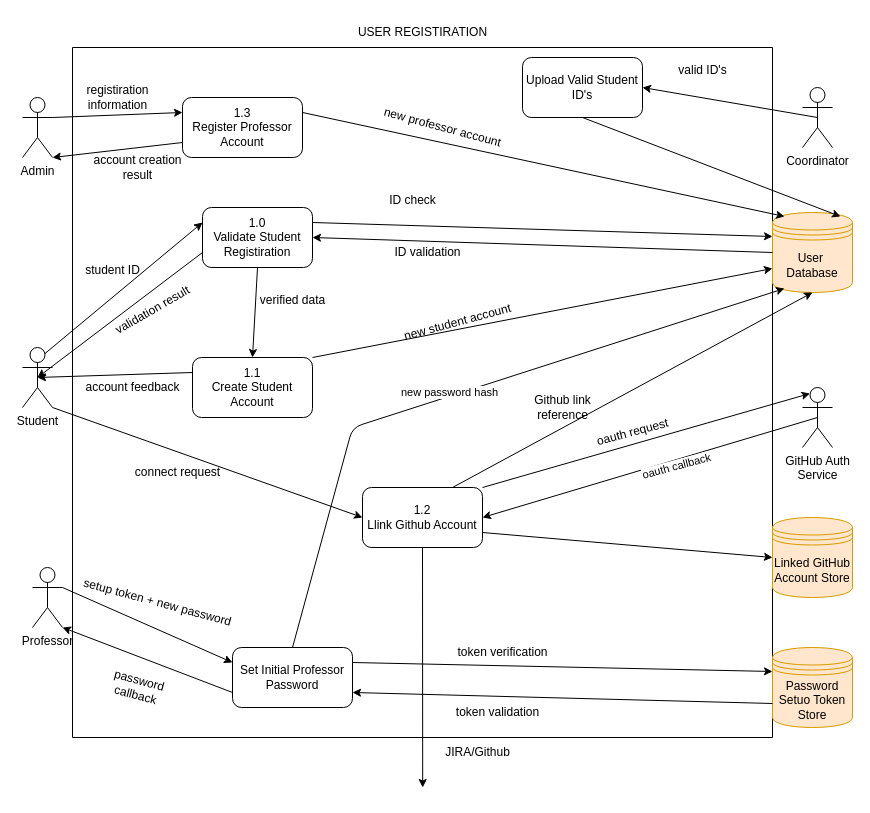
This is docs/dfd_user_registiration.drawio from SE3318-Spring-2025-2026/senior-app-1, a draw.io file, before an edit. Source tidied: cells renumbered, new cells numbered last; positions are measured from the earlier drawing's top-left corner, leaving out a move shared by most shapes. Both pictures are drawn from the tidied source at 100%, with x=0, y=0 at pixel (22, 17).
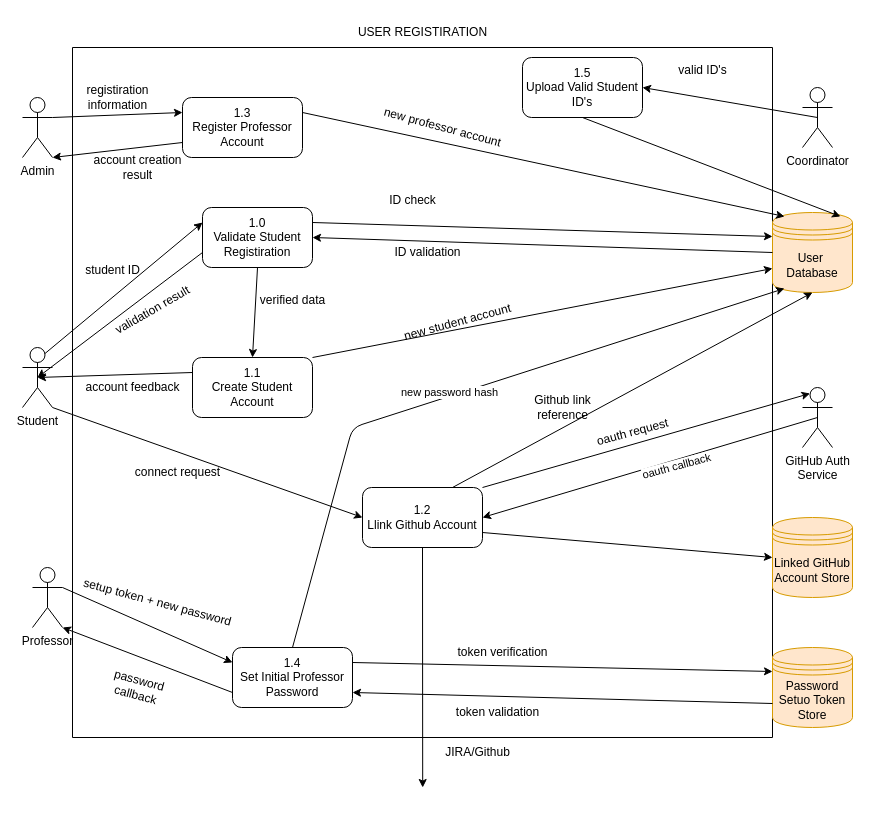
The same page after the edit.

The change refers to these unchanged cells:
```xml
<mxCell id="14" style="swimlane;startSize=0;" parent="1" vertex="1">
  <mxGeometry x="50" y="30" width="700" height="690" as="geometry" />
</mxCell>
```

What changed in the source:
```diff
@@
-    <mxCell id="21" value="Upload Valid Student ID's" style="rounded=1;whiteSpace=wrap;html=1;" parent="14" vertex="1">
+    <mxCell id="21" value="1.5&lt;div&gt;Upload Valid Student ID's&lt;/div&gt;" style="rounded=1;whiteSpace=wrap;html=1;" parent="14" vertex="1">
       <mxGeometry x="450" y="10" width="120" height="60" as="geometry" />
     </mxCell>
-    <mxCell id="22" value="Set Initial Professor&lt;div&gt;Password&lt;/div&gt;" style="rounded=1;whiteSpace=wrap;html=1;" parent="14" vertex="1">
+    <mxCell id="22" value="1.4&lt;div&gt;Set Initial Professor&lt;div&gt;Password&lt;/div&gt;&lt;/div&gt;" style="rounded=1;whiteSpace=wrap;html=1;" parent="14" vertex="1">
       <mxGeometry x="160" y="600" width="120" height="60" as="geometry" />
     </mxCell>
```
